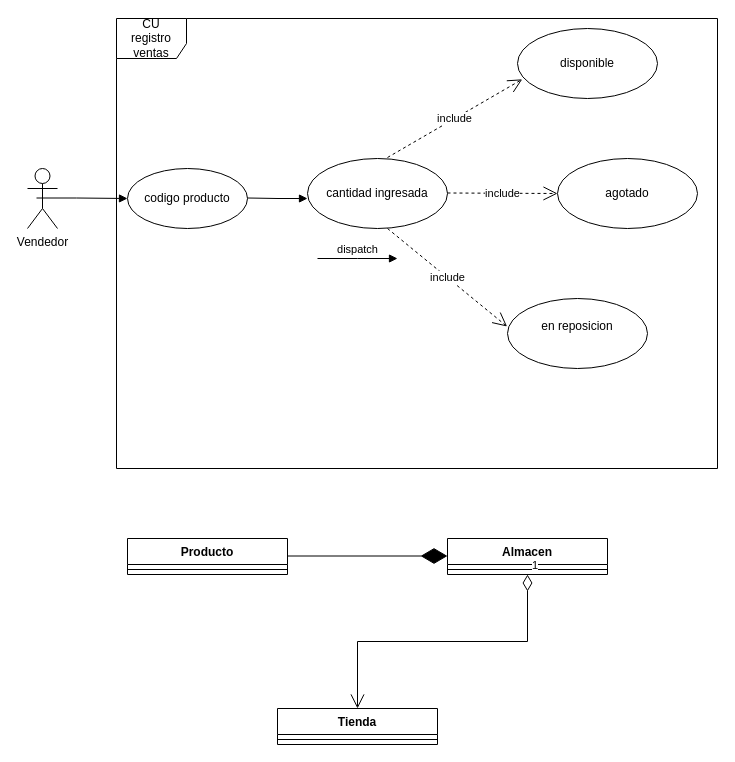
This is page "Page-1" (1 of 2) of actividad_1-6.drawio from CiscoFsociety23/diagramas, a draw.io file, before an edit. Source tidied: cells renumbered, new cells numbered last; positions are measured from the earlier drawing's top-left corner, leaving out a move shared by most shapes. Both pictures are drawn from the tidied source at 100%, with x=0, y=0 at pixel (27, 18).
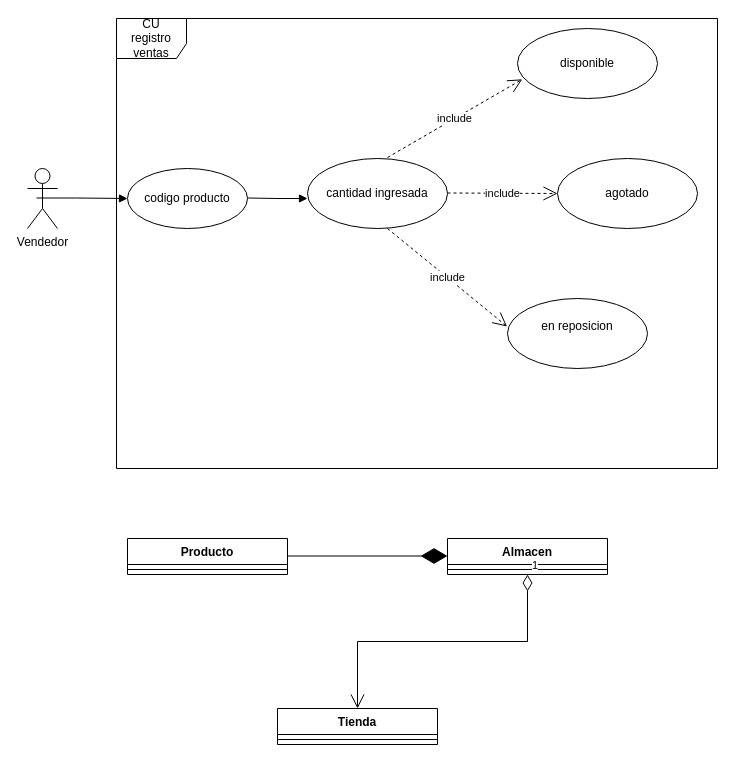
After the change.

What changed in the source:
```diff
@@
-    <mxCell id="21" value="dispatch" style="html=1;verticalAlign=bottom;endArrow=block;curved=0;rounded=0;" parent="1" edge="1">
-      <mxGeometry relative="1" as="geometry">
-        <mxPoint x="290" y="240" as="sourcePoint" />
-        <mxPoint x="370" y="240" as="targetPoint" />
-        <Array as="points">
-          <mxPoint x="330" y="240" />
-        </Array>
-      </mxGeometry>
-    </mxCell>
```
